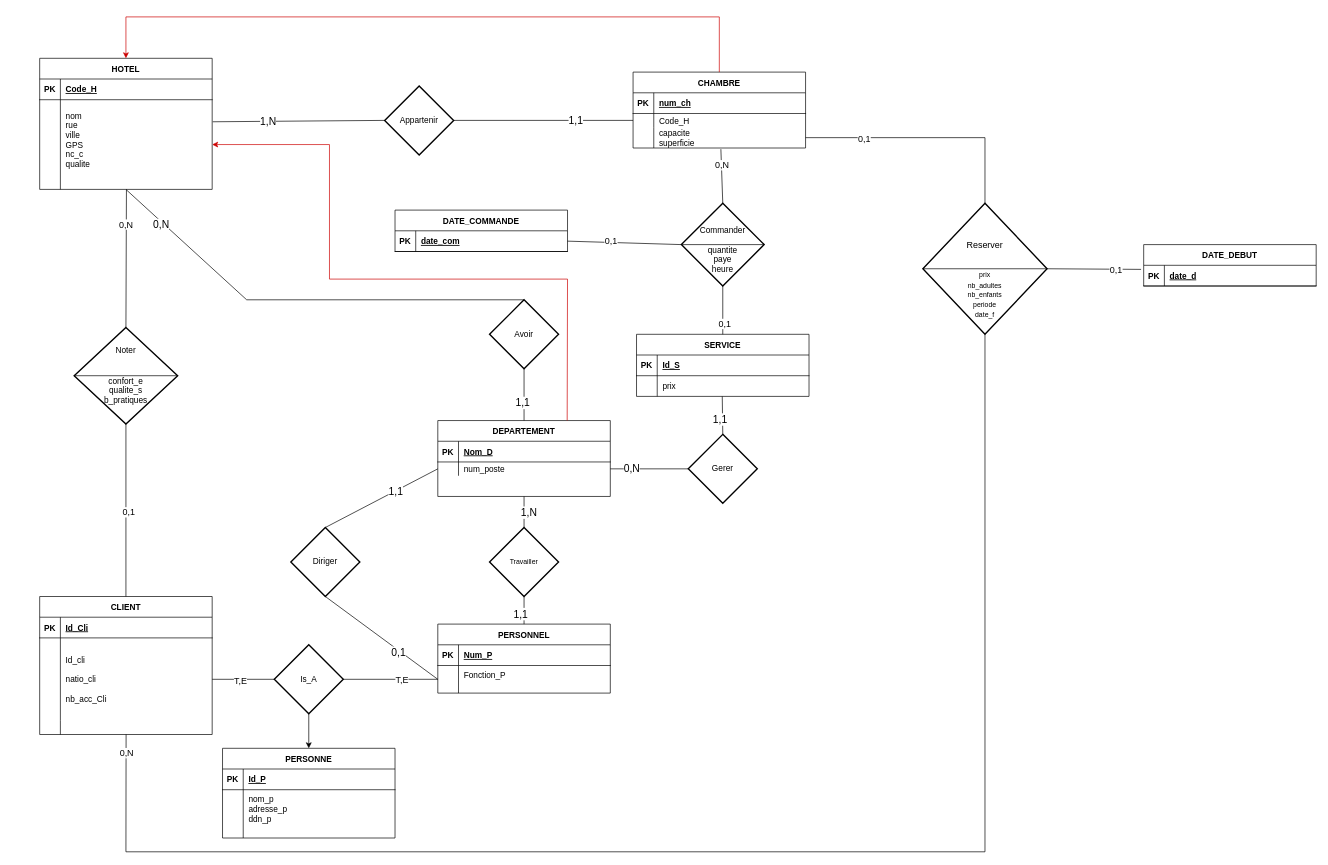
Earlier version of the draw.io diagram bd/diagramme_EA_SAE.drawio (Loris-Gr/repertoire-iut). Source tidied: cells renumbered, new cells numbered last; positions are measured from the earlier drawing's top-left corner, leaving out a move shared by most shapes. Both pictures are drawn from the tidied source at 69%, with x=0, y=0 at pixel (12, 17).
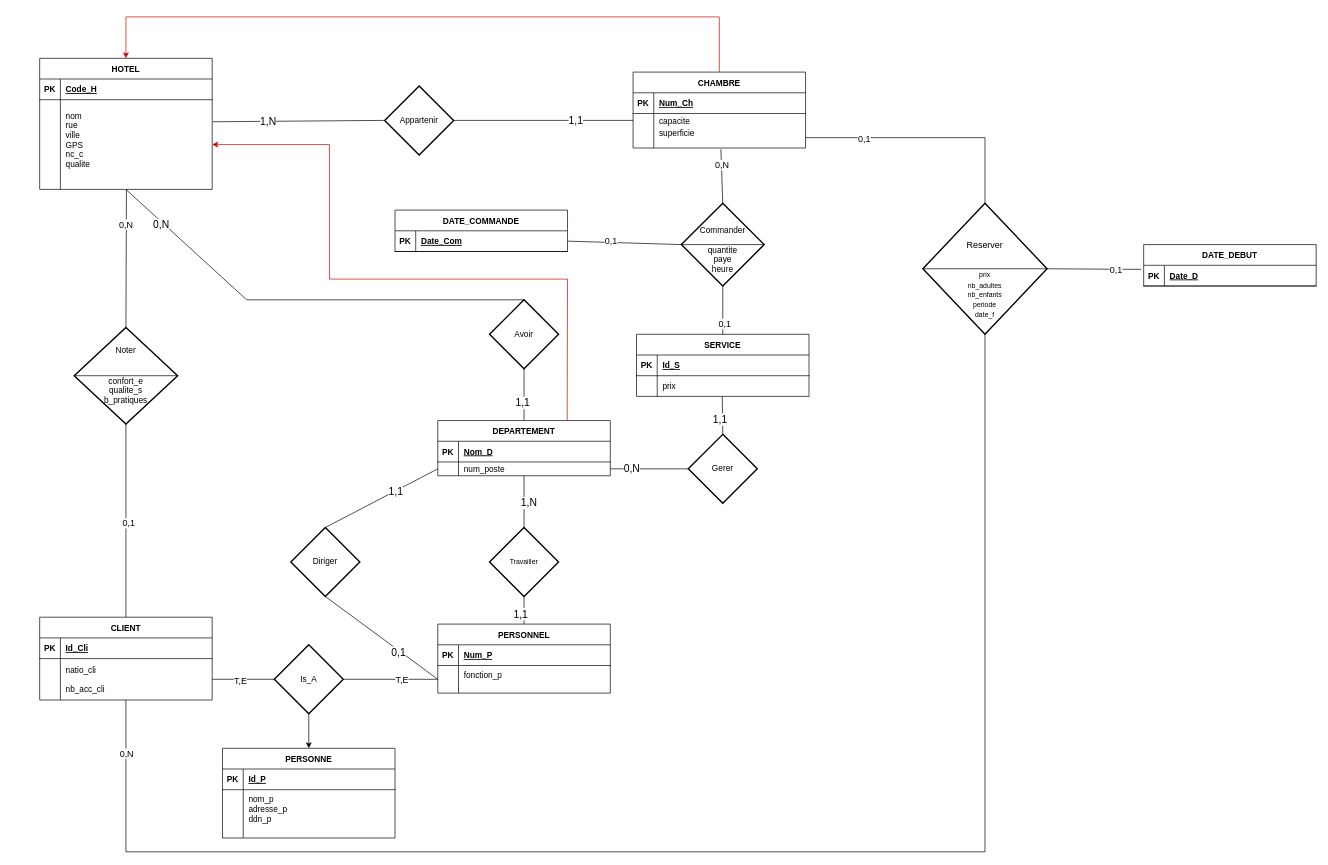
The same page after the edit.

Commit message:
Mettre à jour diagramme_EA_SAE.drawio

Unchanged cells that the change refers to:
```xml
<mxCell id="20" style="shape=partialRectangle;fillColor=none;points=[[0,0.5],[1,0.5]];portConstraint=eastwest;top=0;left=0;right=0;bottom=0;" parent="16" vertex="1">
  <mxGeometry y="60" width="250" height="40" as="geometry" />
</mxCell>
<mxCell id="48" style="shape=partialRectangle;fillColor=none;top=0;left=0;right=0;bottom=1;" parent="47" vertex="1">
  <mxGeometry y="30" width="250" height="30" as="geometry" />
</mxCell>
<mxCell id="51" style="shape=partialRectangle;fillColor=none;points=[[0,0.5],[1,0.5]];portConstraint=eastwest;top=0;left=0;right=0;bottom=0;" parent="47" vertex="1">
  <mxGeometry y="60" width="250" height="20" as="geometry" />
</mxCell>
<mxCell id="54" style="shape=partialRectangle;fillColor=none;points=[[0,0.5],[1,0.5]];portConstraint=eastwest;top=0;left=0;right=0;bottom=0;" parent="47" vertex="1">
  <mxGeometry y="80" width="250" height="30" as="geometry" />
</mxCell>
<mxCell id="59" value="&lt;font style=&quot;font-size: 10px;&quot;&gt;&lt;font style=&quot;font-size: 13px;&quot;&gt;&lt;br&gt;&lt;br&gt;Reserver&lt;/font&gt;&lt;br&gt;&lt;br&gt;&lt;span style=&quot;&quot;&gt;&lt;br&gt;prix&lt;/span&gt;&lt;br&gt;&lt;span style=&quot;&quot;&gt;nb_adultes&lt;/span&gt;&lt;br&gt;&lt;span style=&quot;&quot;&gt;nb_enfants&lt;/span&gt;&lt;br&gt;&lt;span style=&quot;&quot;&gt;periode&lt;br&gt;date_f&lt;br&gt;&lt;/span&gt;&lt;/font&gt;" style="strokeWidth=2;html=1;shape=mxgraph.flowchart.decision;whiteSpace=wrap;" parent="1" vertex="1">
  <mxGeometry x="1320" y="270" width="180" height="190" as="geometry" />
</mxCell>
<mxCell id="90" style="shape=partialRectangle;fillColor=none;points=[[0,0.5],[1,0.5]];portConstraint=eastwest;top=0;left=0;right=0;bottom=1;" parent="89" vertex="1">
  <mxGeometry y="30" width="250" height="30" as="geometry" />
</mxCell>
<mxCell id="94" style="shape=partialRectangle;fillColor=none;points=[[0,0.5],[1,0.5]];portConstraint=eastwest;top=0;left=0;right=0;bottom=1;" parent="93" vertex="1">
  <mxGeometry y="30" width="250" height="30" as="geometry" />
</mxCell>
```

Diff of the diagram source:
```diff
@@
     <mxCell id="9" value="DEPARTEMENT" style="shape=table;startSize=30;childLayout=tableLayout;rowLines=0;fontStyle=1;align=center;" parent="1" vertex="1">
-      <mxGeometry x="617" y="585" width="250" height="110" as="geometry" />
+      <mxGeometry x="617" y="585" width="250" height="80" as="geometry" />
     </mxCell>
@@
-    <mxCell id="22" value="Fonction_P&#10;" style="shape=partialRectangle;overflow=hidden;fillColor=none;top=0;left=0;bottom=0;right=0;align=left;spacingLeft=6;" parent="20" vertex="1">
+    <mxCell id="22" value="fonction_p&#10;" style="shape=partialRectangle;overflow=hidden;fillColor=none;top=0;left=0;bottom=0;right=0;align=left;spacingLeft=6;" parent="20" vertex="1">
       <mxGeometry x="30" width="220" height="40" as="geometry" />
     </mxCell>
@@
     <mxCell id="37" value="CLIENT" style="shape=table;startSize=30;childLayout=tableLayout;rowLines=0;fontStyle=1;align=center;" parent="1" vertex="1">
-      <mxGeometry x="40" y="840" width="250" height="200" as="geometry" />
+      <mxGeometry x="40" y="870" width="250" height="120" as="geometry" />
     </mxCell>
@@
     <mxCell id="41" style="shape=partialRectangle;fillColor=none;points=[[0,0.5],[1,0.5]];portConstraint=eastwest;top=0;left=0;right=0;bottom=0;" parent="37" vertex="1">
-      <mxGeometry y="60" width="250" height="120" as="geometry" />
+      <mxGeometry y="60" width="250" height="60" as="geometry" />
     </mxCell>
     <mxCell id="42" style="shape=partialRectangle;overflow=hidden;fillColor=none;top=0;left=0;bottom=0;right=0;" parent="41" vertex="1">
-      <mxGeometry width="30" height="120" as="geometry" />
+      <mxGeometry width="30" height="60" as="geometry" />
     </mxCell>
-    <mxCell id="43" value="Id_cli&#10;&#10;natio_cli&#10;&#10;nb_acc_Cli" style="shape=partialRectangle;overflow=hidden;fillColor=none;top=0;left=0;bottom=0;right=0;align=left;spacingLeft=6;" parent="41" vertex="1">
-      <mxGeometry x="30" width="220" height="120" as="geometry" />
+    <mxCell id="43" value="natio_cli&#10;&#10;nb_acc_cli" style="shape=partialRectangle;overflow=hidden;fillColor=none;top=0;left=0;bottom=0;right=0;align=left;spacingLeft=6;" parent="41" vertex="1">
+      <mxGeometry x="30" width="220" height="60" as="geometry" />
     </mxCell>
-    <mxCell id="44" style="shape=partialRectangle;fillColor=none;points=[[0,0.5],[1,0.5]];portConstraint=eastwest;top=0;left=0;right=0;bottom=0;" parent="37" vertex="1">
-      <mxGeometry y="180" width="250" height="20" as="geometry" />
-    </mxCell>
-    <mxCell id="45" style="shape=partialRectangle;overflow=hidden;fillColor=none;top=0;left=0;bottom=0;right=0;" parent="44" vertex="1">
-      <mxGeometry width="30" height="20" as="geometry" />
-    </mxCell>
-    <mxCell id="46" style="shape=partialRectangle;overflow=hidden;fillColor=none;top=0;left=0;bottom=0;right=0;align=left;spacingLeft=6;" parent="44" vertex="1">
-      <mxGeometry x="30" width="220" height="20" as="geometry" />
-    </mxCell>
@@
-    <mxCell id="50" value="num_ch" style="shape=partialRectangle;overflow=hidden;fillColor=none;top=0;left=0;bottom=0;right=0;align=left;spacingLeft=6;fontStyle=5;" parent="48" vertex="1">
+    <mxCell id="50" value="Num_Ch" style="shape=partialRectangle;overflow=hidden;fillColor=none;top=0;left=0;bottom=0;right=0;align=left;spacingLeft=6;fontStyle=5;" parent="48" vertex="1">
       <mxGeometry x="30" width="220" height="30" as="geometry" />
     </mxCell>
@@
-    <mxCell id="53" value="Code_H" style="shape=partialRectangle;overflow=hidden;fillColor=none;top=0;left=0;bottom=0;right=0;align=left;spacingLeft=6;" parent="51" vertex="1">
+    <mxCell id="53" value="capacite" style="shape=partialRectangle;overflow=hidden;fillColor=none;top=0;left=0;bottom=0;right=0;align=left;spacingLeft=6;" parent="51" vertex="1">
       <mxGeometry x="30" width="220" height="20" as="geometry" />
     </mxCell>
@@
-    <mxCell id="56" value="capacite&#10;superficie&#10;" style="shape=partialRectangle;overflow=hidden;fillColor=none;top=0;left=0;bottom=0;right=0;align=left;spacingLeft=6;" parent="54" vertex="1">
+    <mxCell id="56" value="superficie&#10;" style="shape=partialRectangle;overflow=hidden;fillColor=none;top=0;left=0;bottom=0;right=0;align=left;spacingLeft=6;" parent="54" vertex="1">
       <mxGeometry x="30" width="220" height="30" as="geometry" />
     </mxCell>
@@
-    <mxCell id="92" value="date_com" style="shape=partialRectangle;overflow=hidden;fillColor=none;top=0;left=0;bottom=0;right=0;align=left;spacingLeft=6;fontStyle=5;" parent="90" vertex="1">
+    <mxCell id="92" value="Date_Com" style="shape=partialRectangle;overflow=hidden;fillColor=none;top=0;left=0;bottom=0;right=0;align=left;spacingLeft=6;fontStyle=5;" parent="90" vertex="1">
       <mxGeometry x="30" width="220" height="30" as="geometry" />
     </mxCell>
@@
-    <mxCell id="96" value="date_d" style="shape=partialRectangle;overflow=hidden;fillColor=none;top=0;left=0;bottom=0;right=0;align=left;spacingLeft=6;fontStyle=5;" parent="94" vertex="1">
+    <mxCell id="96" value="Date_D" style="shape=partialRectangle;overflow=hidden;fillColor=none;top=0;left=0;bottom=0;right=0;align=left;spacingLeft=6;fontStyle=5;" parent="94" vertex="1">
       <mxGeometry x="30" width="220" height="30" as="geometry" />
     </mxCell>
@@
-    <mxCell id="116" style="endArrow=none;html=1;rounded=0;entryX=0.5;entryY=1;entryDx=0;entryDy=0;entryPerimeter=0;exitX=0.501;exitY=0.994;exitDx=0;exitDy=0;exitPerimeter=0;" parent="1" edge="1" source="44" target="59">
+    <mxCell id="116" style="endArrow=none;html=1;rounded=0;entryX=0.5;entryY=1;entryDx=0;entryDy=0;entryPerimeter=0;exitX=0.5;exitY=1;exitDx=0;exitDy=0;" parent="1" edge="1" source="37" target="59">
       <mxGeometry relative="1" as="geometry">
         <Array as="points">
           <mxPoint x="165" y="1210" />
           <mxPoint x="1410" y="1210" />
         </Array>
       </mxGeometry>
     </mxCell>
```
